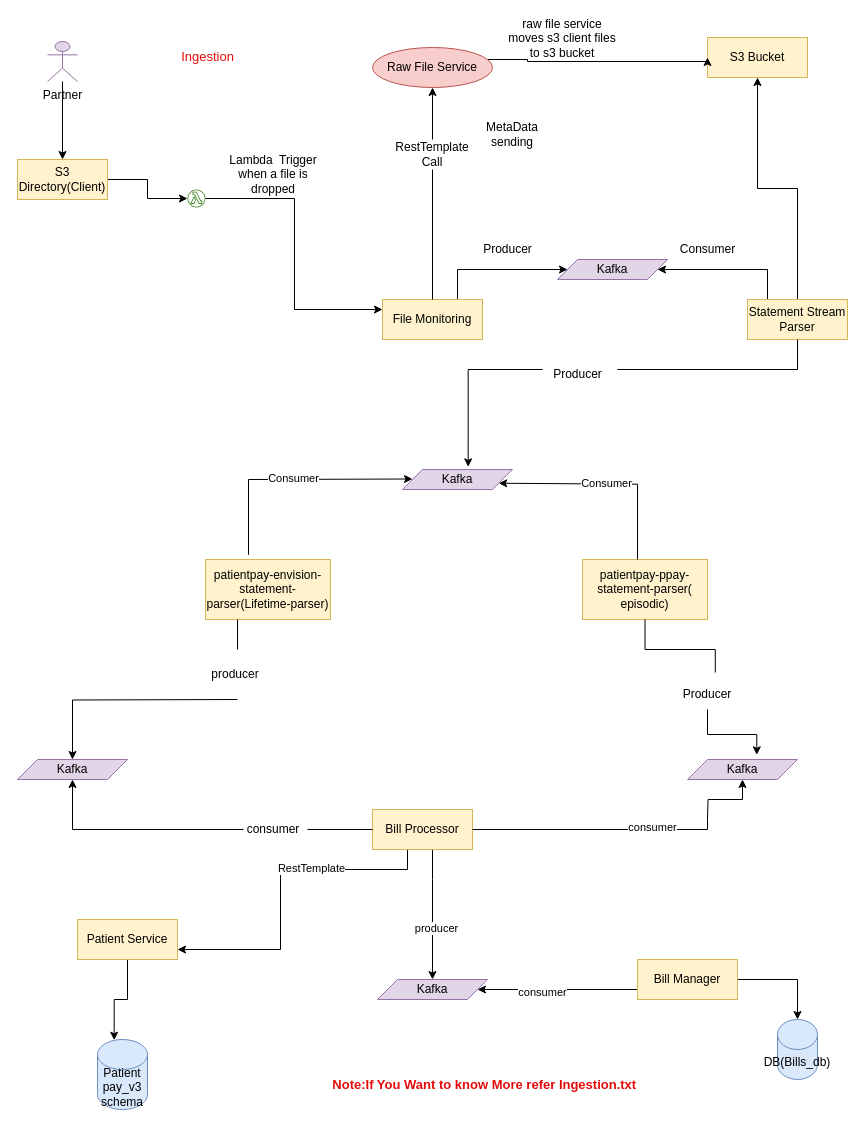
Above: Ingestion.drawio in suchit727/diagrams (draw.io), before the change. Source tidied: cells renumbered, new cells numbered last; positions are measured from the earlier drawing's top-left corner, leaving out a move shared by most shapes. Both pictures are drawn from the tidied source at 100%, with x=0, y=0 at pixel (17, 29).
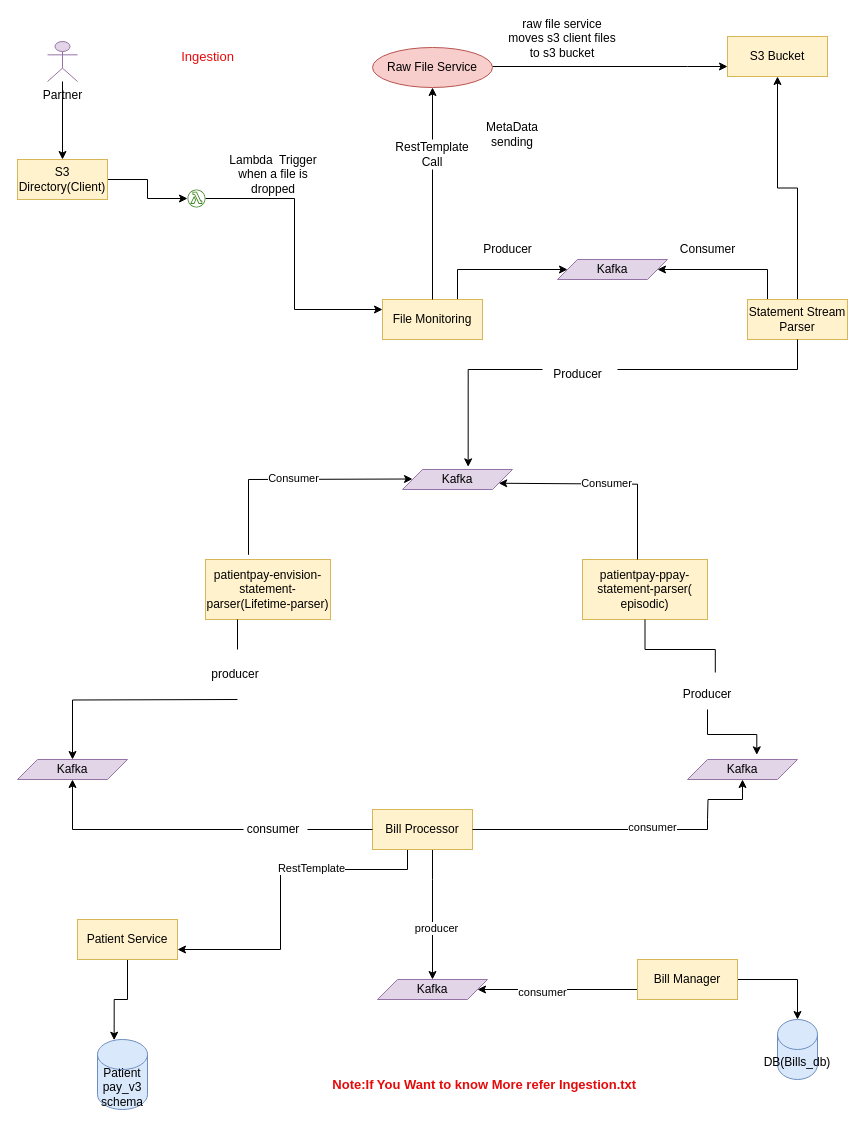
Above is the later version.

Unchanged cells that the change refers to:
```xml
<mxCell id="30" value="Raw File Service" style="ellipse;whiteSpace=wrap;html=1;fillColor=#f8cecc;strokeColor=#b85450;" parent="1" vertex="1">
  <mxGeometry x="355" y="18" width="120" height="40" as="geometry" />
</mxCell>
```

Change to the diagram source:
```diff
@@
     <mxCell id="6" value="S3 Bucket" style="rounded=0;whiteSpace=wrap;html=1;fillColor=#fff2cc;strokeColor=#d6b656;" parent="1" vertex="1">
-      <mxGeometry x="690" y="8" width="100" height="40" as="geometry" />
+      <mxGeometry x="710" y="7" width="100" height="40" as="geometry" />
     </mxCell>
@@
-    <mxCell id="29" style="edgeStyle=orthogonalEdgeStyle;rounded=0;jettySize=auto;html=1;entryX=0;entryY=0.5;entryDx=0;entryDy=0;" parent="1" edge="1" source="30" target="6">
+    <mxCell id="29" style="edgeStyle=orthogonalEdgeStyle;rounded=0;jettySize=auto;html=1;entryX=0;entryY=0.75;entryDx=0;entryDy=0;" parent="1" edge="1" source="30" target="6">
       <mxGeometry relative="1" as="geometry">
         <Array as="points">
-          <mxPoint x="510" y="30" />
-          <mxPoint x="510" y="32" />
+          <mxPoint x="670" y="37" />
+          <mxPoint x="670" y="37" />
         </Array>
       </mxGeometry>
     </mxCell>
```
